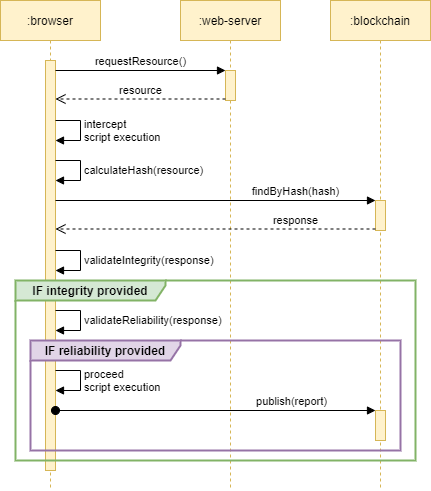
PoladMahmudov/master-thesis keeps this draw.io diagram as resource-assurer/docs/publish-report.png. Above is the earlier version. Source tidied: cells renumbered, new cells last; positions are measured from the earlier drawing's top-left corner, leaving out a move shared by most shapes. The source it was exported from:
```xml
<mxGraphModel>
  <root>
    <mxCell id="0" />
    <mxCell id="1" parent="0" />
    <mxCell id="2" value=":browser" style="shape=umlLifeline;perimeter=lifelinePerimeter;whiteSpace=wrap;html=1;fillColor=#fff2cc;strokeColor=#d6b656;" parent="1" vertex="1">
      <mxGeometry width="100" height="490" as="geometry" />
    </mxCell>
    <mxCell id="3" style="html=1;points=[];perimeter=orthogonalPerimeter;fillColor=#fff2cc;strokeColor=#d6b656;" parent="2" vertex="1">
      <mxGeometry x="45" y="60" width="10" height="410" as="geometry" />
    </mxCell>
    <mxCell id="4" value="calculateHash(resource)" style="edgeStyle=orthogonalEdgeStyle;html=1;align=left;spacingLeft=2;endArrow=block;rounded=0;" parent="2" edge="1">
      <mxGeometry relative="1" as="geometry">
        <mxPoint x="55" y="160" as="sourcePoint" />
        <mxPoint x="55" y="180" as="targetPoint" />
        <Array as="points">
          <mxPoint x="80" y="160" />
          <mxPoint x="80" y="180" />
        </Array>
      </mxGeometry>
    </mxCell>
    <mxCell id="5" value="intercept &lt;br&gt;script execution" style="edgeStyle=orthogonalEdgeStyle;html=1;align=left;spacingLeft=2;endArrow=block;rounded=0;" parent="2" edge="1" source="3" target="3">
      <mxGeometry relative="1" as="geometry">
        <Array as="points">
          <mxPoint x="80" y="120" />
          <mxPoint x="80" y="140" />
        </Array>
      </mxGeometry>
    </mxCell>
    <mxCell id="6" value="validateIntegrity(response)" style="edgeStyle=orthogonalEdgeStyle;html=1;align=left;spacingLeft=2;endArrow=block;rounded=0;" parent="2" edge="1" source="3" target="3">
      <mxGeometry relative="1" as="geometry">
        <Array as="points">
          <mxPoint x="80" y="250" />
          <mxPoint x="80" y="270" />
        </Array>
      </mxGeometry>
    </mxCell>
    <mxCell id="7" value="validateReliability(response)" style="edgeStyle=orthogonalEdgeStyle;html=1;align=left;spacingLeft=2;endArrow=block;rounded=0;" parent="2" edge="1" source="3" target="3">
      <mxGeometry relative="1" as="geometry">
        <Array as="points">
          <mxPoint x="80" y="310" />
          <mxPoint x="80" y="330" />
        </Array>
      </mxGeometry>
    </mxCell>
    <mxCell id="8" value="proceed&lt;br&gt;script execution" style="edgeStyle=orthogonalEdgeStyle;html=1;align=left;spacingLeft=2;endArrow=block;rounded=0;" parent="2" edge="1" source="3" target="3">
      <mxGeometry relative="1" as="geometry">
        <Array as="points">
          <mxPoint x="80" y="370" />
          <mxPoint x="80" y="390" />
        </Array>
      </mxGeometry>
    </mxCell>
    <mxCell id="9" value=":blockchain" style="shape=umlLifeline;perimeter=lifelinePerimeter;whiteSpace=wrap;html=1;fillColor=#fff2cc;strokeColor=#d6b656;" parent="1" vertex="1">
      <mxGeometry x="330" width="100" height="490" as="geometry" />
    </mxCell>
    <mxCell id="10" style="html=1;points=[];perimeter=orthogonalPerimeter;fillColor=#fff2cc;strokeColor=#d6b656;" parent="9" vertex="1">
      <mxGeometry x="45" y="200" width="10" height="30" as="geometry" />
    </mxCell>
    <mxCell id="11" style="html=1;points=[];perimeter=orthogonalPerimeter;fillColor=#fff2cc;strokeColor=#d6b656;" parent="9" vertex="1">
      <mxGeometry x="45" y="410" width="10" height="30" as="geometry" />
    </mxCell>
    <mxCell id="12" value=":web-server" style="shape=umlLifeline;perimeter=lifelinePerimeter;whiteSpace=wrap;html=1;fillColor=#fff2cc;strokeColor=#d6b656;" parent="1" vertex="1">
      <mxGeometry x="180" width="100" height="490" as="geometry" />
    </mxCell>
    <mxCell id="13" style="html=1;points=[];perimeter=orthogonalPerimeter;fillColor=#fff2cc;strokeColor=#d6b656;" parent="12" vertex="1">
      <mxGeometry x="45" y="70" width="10" height="30" as="geometry" />
    </mxCell>
    <mxCell id="14" value="requestResource()" style="html=1;verticalAlign=bottom;endArrow=block;entryX=0;entryY=0;" parent="1" edge="1" source="3" target="13">
      <mxGeometry relative="1" as="geometry" />
    </mxCell>
    <mxCell id="15" value="resource" style="html=1;verticalAlign=bottom;endArrow=open;dashed=1;endSize=8;exitX=0;exitY=0.95;" parent="1" edge="1" source="13" target="3">
      <mxGeometry relative="1" as="geometry" />
    </mxCell>
    <mxCell id="16" value="findByHash(hash)" style="html=1;verticalAlign=bottom;endArrow=block;entryX=0;entryY=0;" parent="1" edge="1" target="10">
      <mxGeometry x="0.5" relative="1" as="geometry">
        <mxPoint x="55" y="200" as="sourcePoint" />
      </mxGeometry>
    </mxCell>
    <mxCell id="17" value="response" style="html=1;verticalAlign=bottom;endArrow=open;dashed=1;endSize=8;exitX=0;exitY=0.95;" parent="1" edge="1" source="10">
      <mxGeometry x="-0.5" relative="1" as="geometry">
        <mxPoint x="55" y="228.5" as="targetPoint" />
      </mxGeometry>
    </mxCell>
    <mxCell id="18" value="publish(report)" style="html=1;verticalAlign=bottom;startArrow=oval;endArrow=block;startSize=8;" parent="1" edge="1" source="3" target="11">
      <mxGeometry x="0.47" relative="1" as="geometry" />
    </mxCell>
    <mxCell id="19" value="IF integrity provided" style="shape=umlFrame;whiteSpace=wrap;html=1;fillColor=#d5e8d4;strokeColor=#82b366;width=150;height=20;fontStyle=1;strokeWidth=2;" parent="1" vertex="1">
      <mxGeometry x="15" y="280" width="400" height="180" as="geometry" />
    </mxCell>
    <mxCell id="20" value="IF reliability provided" style="shape=umlFrame;whiteSpace=wrap;html=1;fillColor=#e1d5e7;strokeColor=#9673a6;width=150;height=20;fontStyle=1;strokeWidth=2;" parent="1" vertex="1">
      <mxGeometry x="30" y="340" width="370" height="110" as="geometry" />
    </mxCell>
  </root>
</mxGraphModel>
```
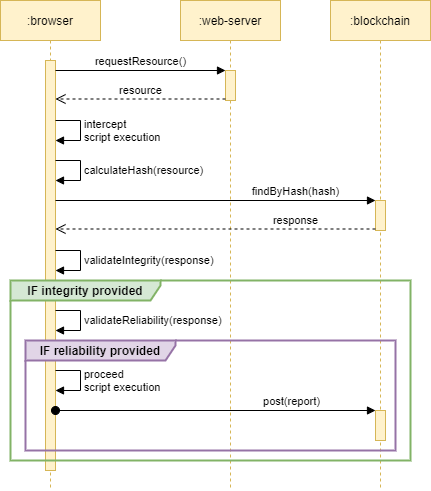
After the commit.

The edit, as a diff of the source:
```diff
@@ -81,14 +81,14 @@
         <mxPoint x="55" y="228.5" as="targetPoint" />
       </mxGeometry>
     </mxCell>
-    <mxCell id="18" value="publish(report)" style="html=1;verticalAlign=bottom;startArrow=oval;endArrow=block;startSize=8;" parent="1" edge="1" source="3" target="11">
+    <mxCell id="18" value="post(report)" style="html=1;verticalAlign=bottom;startArrow=oval;endArrow=block;startSize=8;" parent="1" edge="1" source="3" target="11">
       <mxGeometry x="0.47" relative="1" as="geometry" />
     </mxCell>
     <mxCell id="19" value="IF integrity provided" style="shape=umlFrame;whiteSpace=wrap;html=1;fillColor=#d5e8d4;strokeColor=#82b366;width=150;height=20;fontStyle=1;strokeWidth=2;" parent="1" vertex="1">
-      <mxGeometry x="15" y="280" width="400" height="180" as="geometry" />
+      <mxGeometry x="10" y="280" width="400" height="180" as="geometry" />
     </mxCell>
     <mxCell id="20" value="IF reliability provided" style="shape=umlFrame;whiteSpace=wrap;html=1;fillColor=#e1d5e7;strokeColor=#9673a6;width=150;height=20;fontStyle=1;strokeWidth=2;" parent="1" vertex="1">
-      <mxGeometry x="30" y="340" width="370" height="110" as="geometry" />
+      <mxGeometry x="25" y="340" width="370" height="110" as="geometry" />
     </mxCell>
   </root>
 </mxGraphModel>
```
